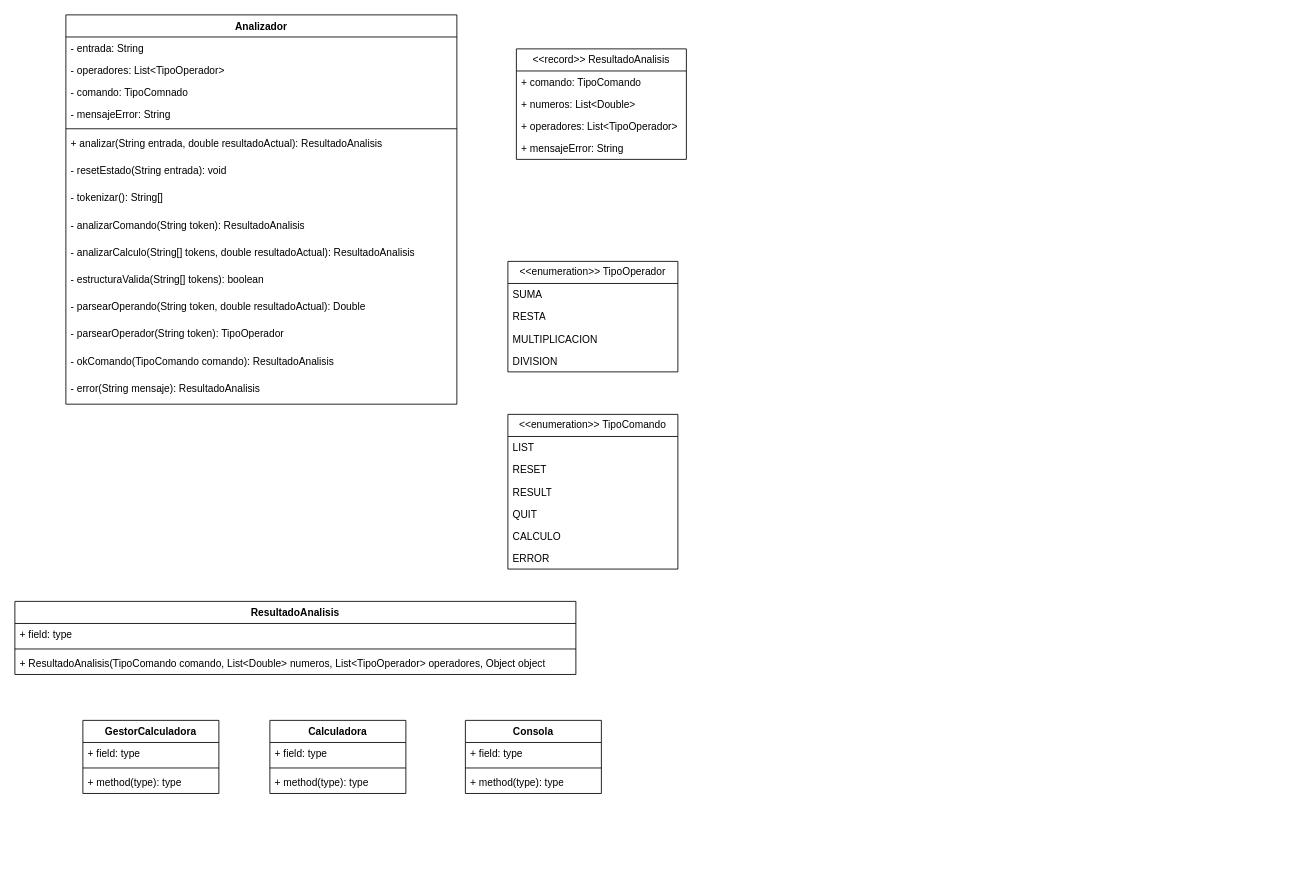
The draw.io diagram diagrama/diagrama.drawio in jgonbur142/P04_Calculadora_Especial, before the edit. Source tidied: cells renumbered, new cells numbered last; positions are measured from the earlier drawing's top-left corner, leaving out a move shared by most shapes. Both pictures are drawn from the tidied source at 85%, with x=0, y=0 at pixel (14, 14).
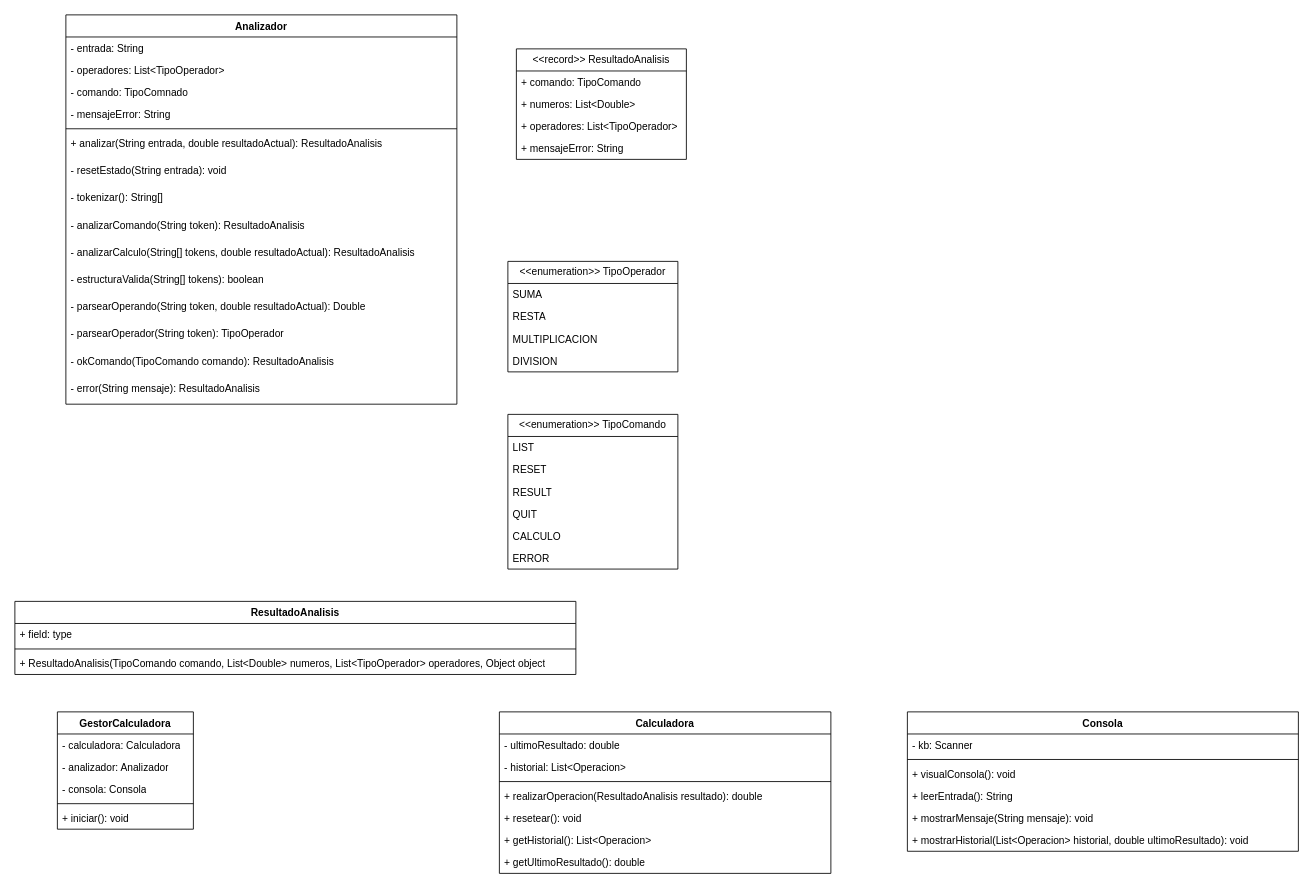
The same page after the edit.

Commit message (it also covers changes not shown here):
||trabjo en casa|| re-estructuración del proyecto + clases y métodos ampliados + UML editado

Change to the diagram source:
```diff
@@
     <mxCell id="39" value="GestorCalculadora" style="swimlane;fontStyle=1;align=center;verticalAlign=top;horizontal=1;startSize=26;whiteSpace=wrap;html=1;" parent="1" vertex="1">
-      <mxGeometry x="80" y="830" width="160" height="86" as="geometry" />
+      <mxGeometry x="50" y="820" width="160" height="138" as="geometry" />
     </mxCell>
-    <mxCell id="40" value="+ field: type" style="text;strokeColor=none;fillColor=none;align=left;verticalAlign=top;spacingLeft=4;spacingRight=4;overflow=hidden;whiteSpace=wrap;html=1;" parent="39" vertex="1">
+    <mxCell id="40" value="- calculadora: Calculadora" style="text;strokeColor=none;fillColor=none;align=left;verticalAlign=top;spacingLeft=4;spacingRight=4;overflow=hidden;whiteSpace=wrap;html=1;" parent="39" vertex="1">
       <mxGeometry y="26" width="160" height="26" as="geometry" />
     </mxCell>
+    <mxCell id="51" value="- analizador: Analizador" style="text;strokeColor=none;fillColor=none;align=left;verticalAlign=top;spacingLeft=4;spacingRight=4;overflow=hidden;whiteSpace=wrap;html=1;" parent="39" vertex="1">
+      <mxGeometry y="52" width="160" height="26" as="geometry" />
+    </mxCell>
+    <mxCell id="52" value="- consola: Consola" style="text;strokeColor=none;fillColor=none;align=left;verticalAlign=top;spacingLeft=4;spacingRight=4;overflow=hidden;whiteSpace=wrap;html=1;" parent="39" vertex="1">
+      <mxGeometry y="78" width="160" height="26" as="geometry" />
+    </mxCell>
     <mxCell id="41" style="line;strokeWidth=1;fillColor=none;align=left;verticalAlign=middle;spacingTop=-1;spacingLeft=3;spacingRight=3;labelPosition=right;strokeColor=inherit;" parent="39" vertex="1">
-      <mxGeometry y="52" width="160" height="8" as="geometry" />
+      <mxGeometry y="104" width="160" height="8" as="geometry" />
     </mxCell>
-    <mxCell id="42" value="+ method(type): type" style="text;strokeColor=none;fillColor=none;align=left;verticalAlign=top;spacingLeft=4;spacingRight=4;overflow=hidden;whiteSpace=wrap;html=1;" parent="39" vertex="1">
-      <mxGeometry y="60" width="160" height="26" as="geometry" />
+    <mxCell id="42" value="+ iniciar(): void" style="text;strokeColor=none;fillColor=none;align=left;verticalAlign=top;spacingLeft=4;spacingRight=4;overflow=hidden;whiteSpace=wrap;html=1;" parent="39" vertex="1">
+      <mxGeometry y="112" width="160" height="26" as="geometry" />
     </mxCell>
     <mxCell id="43" value="Calculadora" style="swimlane;fontStyle=1;align=center;verticalAlign=top;horizontal=1;startSize=26;whiteSpace=wrap;html=1;" parent="1" vertex="1">
-      <mxGeometry x="300" y="830" width="160" height="86" as="geometry" />
+      <mxGeometry x="570" y="820" width="390" height="190" as="geometry" />
     </mxCell>
-    <mxCell id="44" value="+ field: type" style="text;strokeColor=none;fillColor=none;align=left;verticalAlign=top;spacingLeft=4;spacingRight=4;overflow=hidden;whiteSpace=wrap;html=1;" parent="43" vertex="1">
-      <mxGeometry y="26" width="160" height="26" as="geometry" />
+    <mxCell id="44" value="- ultimoResultado: double" style="text;strokeColor=none;fillColor=none;align=left;verticalAlign=top;spacingLeft=4;spacingRight=4;overflow=hidden;whiteSpace=wrap;html=1;" parent="43" vertex="1">
+      <mxGeometry y="26" width="390" height="26" as="geometry" />
     </mxCell>
+    <mxCell id="53" value="- historial: List&amp;lt;Operacion&amp;gt;" style="text;strokeColor=none;fillColor=none;align=left;verticalAlign=top;spacingLeft=4;spacingRight=4;overflow=hidden;whiteSpace=wrap;html=1;" parent="43" vertex="1">
+      <mxGeometry y="52" width="390" height="26" as="geometry" />
+    </mxCell>
     <mxCell id="45" style="line;strokeWidth=1;fillColor=none;align=left;verticalAlign=middle;spacingTop=-1;spacingLeft=3;spacingRight=3;labelPosition=right;strokeColor=inherit;" parent="43" vertex="1">
-      <mxGeometry y="52" width="160" height="8" as="geometry" />
+      <mxGeometry y="78" width="390" height="8" as="geometry" />
     </mxCell>
-    <mxCell id="46" value="+ method(type): type" style="text;strokeColor=none;fillColor=none;align=left;verticalAlign=top;spacingLeft=4;spacingRight=4;overflow=hidden;whiteSpace=wrap;html=1;" parent="43" vertex="1">
-      <mxGeometry y="60" width="160" height="26" as="geometry" />
+    <mxCell id="46" value="+ realizarOperacion(ResultadoAnalisis resultado): double" style="text;strokeColor=none;fillColor=none;align=left;verticalAlign=top;spacingLeft=4;spacingRight=4;overflow=hidden;whiteSpace=wrap;html=1;" parent="43" vertex="1">
+      <mxGeometry y="86" width="390" height="26" as="geometry" />
     </mxCell>
+    <mxCell id="54" value="+ resetear(): void" style="text;strokeColor=none;fillColor=none;align=left;verticalAlign=top;spacingLeft=4;spacingRight=4;overflow=hidden;whiteSpace=wrap;html=1;" parent="43" vertex="1">
+      <mxGeometry y="112" width="390" height="26" as="geometry" />
+    </mxCell>
+    <mxCell id="55" value="+ getHistorial(): List&amp;lt;Operacion&amp;gt;" style="text;strokeColor=none;fillColor=none;align=left;verticalAlign=top;spacingLeft=4;spacingRight=4;overflow=hidden;whiteSpace=wrap;html=1;" parent="43" vertex="1">
+      <mxGeometry y="138" width="390" height="26" as="geometry" />
+    </mxCell>
+    <mxCell id="56" value="+ getUltimoResultado(): double" style="text;strokeColor=none;fillColor=none;align=left;verticalAlign=top;spacingLeft=4;spacingRight=4;overflow=hidden;whiteSpace=wrap;html=1;" parent="43" vertex="1">
+      <mxGeometry y="164" width="390" height="26" as="geometry" />
+    </mxCell>
     <mxCell id="47" value="Consola" style="swimlane;fontStyle=1;align=center;verticalAlign=top;horizontal=1;startSize=26;whiteSpace=wrap;html=1;" parent="1" vertex="1">
-      <mxGeometry x="530" y="830" width="160" height="86" as="geometry" />
+      <mxGeometry x="1050" y="820" width="460" height="164" as="geometry" />
     </mxCell>
-    <mxCell id="48" value="+ field: type" style="text;strokeColor=none;fillColor=none;align=left;verticalAlign=top;spacingLeft=4;spacingRight=4;overflow=hidden;whiteSpace=wrap;html=1;" parent="47" vertex="1">
-      <mxGeometry y="26" width="160" height="26" as="geometry" />
+    <mxCell id="48" value="- kb: Scanner" style="text;strokeColor=none;fillColor=none;align=left;verticalAlign=top;spacingLeft=4;spacingRight=4;overflow=hidden;whiteSpace=wrap;html=1;" parent="47" vertex="1">
+      <mxGeometry y="26" width="460" height="26" as="geometry" />
     </mxCell>
     <mxCell id="49" style="line;strokeWidth=1;fillColor=none;align=left;verticalAlign=middle;spacingTop=-1;spacingLeft=3;spacingRight=3;labelPosition=right;strokeColor=inherit;" parent="47" vertex="1">
-      <mxGeometry y="52" width="160" height="8" as="geometry" />
+      <mxGeometry y="52" width="460" height="8" as="geometry" />
     </mxCell>
-    <mxCell id="50" value="+ method(type): type" style="text;strokeColor=none;fillColor=none;align=left;verticalAlign=top;spacingLeft=4;spacingRight=4;overflow=hidden;whiteSpace=wrap;html=1;" parent="47" vertex="1">
-      <mxGeometry y="60" width="160" height="26" as="geometry" />
+    <mxCell id="50" value="+ visualConsola(): void" style="text;strokeColor=none;fillColor=none;align=left;verticalAlign=top;spacingLeft=4;spacingRight=4;overflow=hidden;whiteSpace=wrap;html=1;" parent="47" vertex="1">
+      <mxGeometry y="60" width="460" height="26" as="geometry" />
     </mxCell>
+    <mxCell id="57" value="+ leerEntrada(): String" style="text;strokeColor=none;fillColor=none;align=left;verticalAlign=top;spacingLeft=4;spacingRight=4;overflow=hidden;whiteSpace=wrap;html=1;" parent="47" vertex="1">
+      <mxGeometry y="86" width="460" height="26" as="geometry" />
+    </mxCell>
+    <mxCell id="58" value="+ mostrarMensaje(String mensaje): void" style="text;strokeColor=none;fillColor=none;align=left;verticalAlign=top;spacingLeft=4;spacingRight=4;overflow=hidden;whiteSpace=wrap;html=1;" parent="47" vertex="1">
+      <mxGeometry y="112" width="460" height="26" as="geometry" />
+    </mxCell>
+    <mxCell id="59" value="+ mostrarHistorial(List&amp;lt;Operacion&amp;gt; historial, double ultimoResultado): void" style="text;strokeColor=none;fillColor=none;align=left;verticalAlign=top;spacingLeft=4;spacingRight=4;overflow=hidden;whiteSpace=wrap;html=1;" parent="47" vertex="1">
+      <mxGeometry y="138" width="460" height="26" as="geometry" />
+    </mxCell>
```
